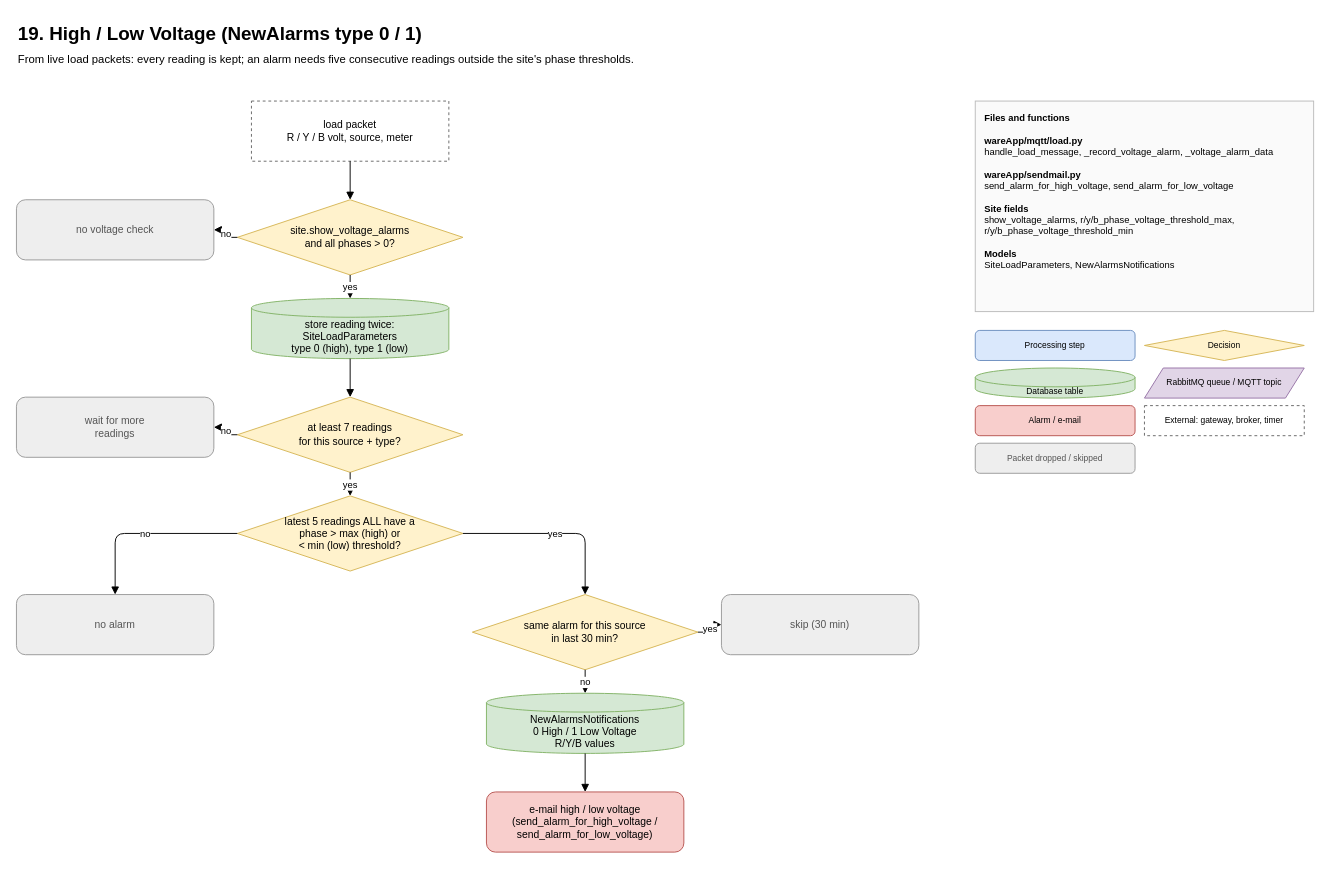
This is docs/mqtt-flows/drawio/19-voltage.drawio from ashutoshdubey-aviconn/AVC-backend, a draw.io file, before an edit. Source tidied: cells renumbered, new cells numbered last; positions are measured from the earlier drawing's top-left corner, leaving out a move shared by most shapes. Both pictures are drawn from the tidied source at 94%, with x=0, y=0 at pixel (16, 16).
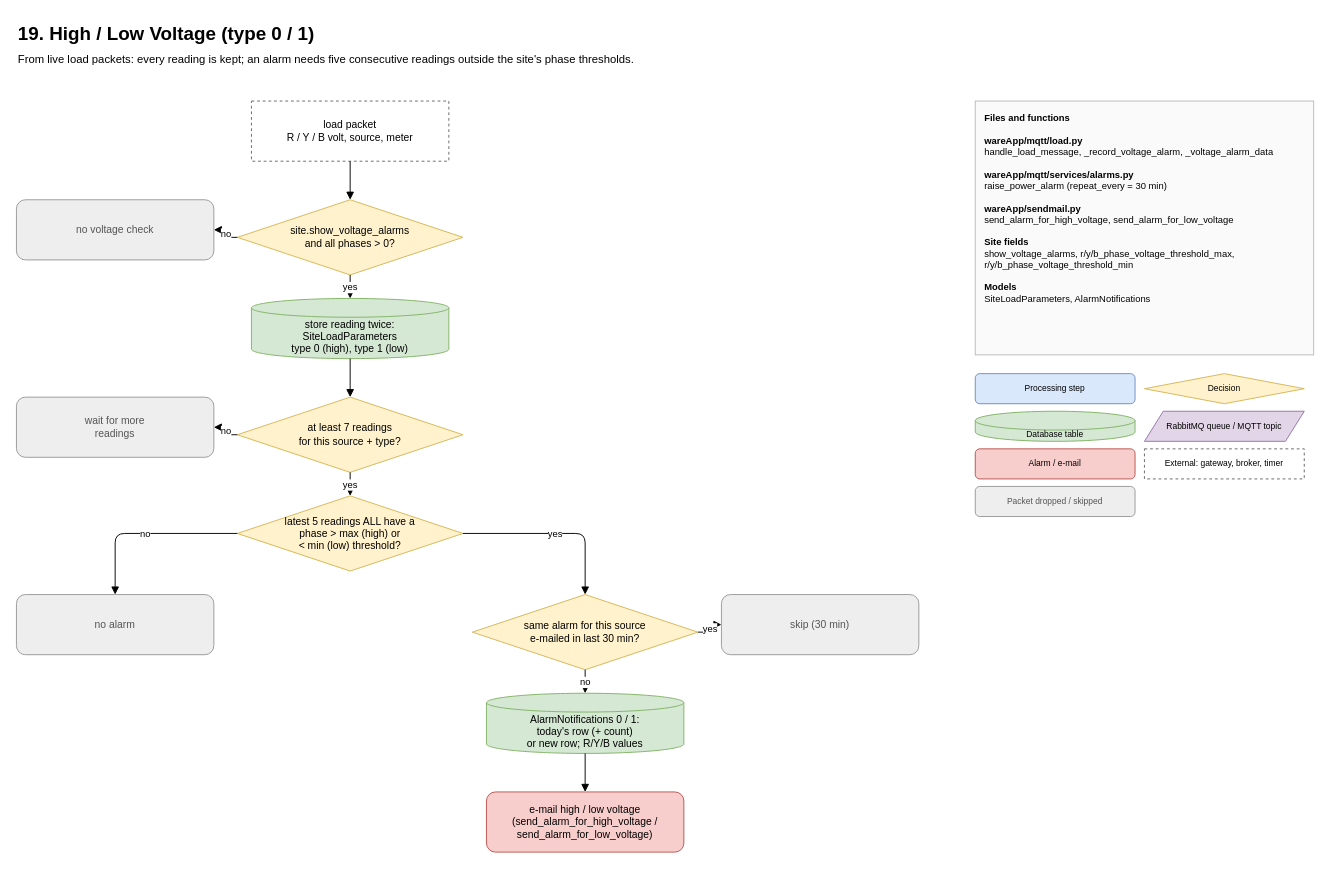
The same page after the edit.

The edit, as a diff of the source:
```diff
@@
-    <mxCell id="2" value="19. High / Low Voltage (NewAlarms type 0 / 1)" style="text;html=1;fontSize=20;fontStyle=1;align=left;" parent="1" vertex="1">
+    <mxCell id="2" value="19. High / Low Voltage (type 0 / 1)" style="text;html=1;fontSize=20;fontStyle=1;align=left;" parent="1" vertex="1">
       <mxGeometry width="900" height="30" as="geometry" />
     </mxCell>
@@
-    <mxCell id="12" value="same alarm for this source&lt;br&gt;in last 30 min?" style="rhombus;whiteSpace=wrap;html=1;fillColor=#fff2cc;strokeColor=#d6b656;fontSize=11;" parent="1" vertex="1">
+    <mxCell id="12" value="same alarm for this source&lt;br&gt;e-mailed in last 30 min?" style="rhombus;whiteSpace=wrap;html=1;fillColor=#fff2cc;strokeColor=#d6b656;fontSize=11;" parent="1" vertex="1">
       <mxGeometry x="485" y="615" width="240" height="80" as="geometry" />
     </mxCell>
@@
-    <mxCell id="14" value="NewAlarmsNotifications&lt;br&gt;0 High / 1 Low Voltage&lt;br&gt;R/Y/B values" style="shape=cylinder3;whiteSpace=wrap;html=1;boundedLbl=1;size=10;fillColor=#d5e8d4;strokeColor=#82b366;fontSize=11;" parent="1" vertex="1">
+    <mxCell id="14" value="AlarmNotifications 0 / 1:&lt;br&gt;today's row (+ count)&lt;br&gt;or new row; R/Y/B values" style="shape=cylinder3;whiteSpace=wrap;html=1;boundedLbl=1;size=10;fillColor=#d5e8d4;strokeColor=#82b366;fontSize=11;" parent="1" vertex="1">
       <mxGeometry x="500" y="720" width="210" height="64" as="geometry" />
     </mxCell>
@@
-    <mxCell id="27" value="&lt;b&gt;Files and functions&lt;/b&gt;&lt;br&gt;&lt;br&gt;&lt;b&gt;wareApp/mqtt/load.py&lt;/b&gt;&lt;br&gt;handle_load_message, _record_voltage_alarm, _voltage_alarm_data&lt;br&gt;&lt;br&gt;&lt;b&gt;wareApp/sendmail.py&lt;/b&gt;&lt;br&gt;send_alarm_for_high_voltage, send_alarm_for_low_voltage&lt;br&gt;&lt;br&gt;&lt;b&gt;Site fields&lt;/b&gt;&lt;br&gt;show_voltage_alarms, r/y/b_phase_voltage_threshold_max, r/y/b_phase_voltage_threshold_min&lt;br&gt;&lt;br&gt;&lt;b&gt;Models&lt;/b&gt;&lt;br&gt;SiteLoadParameters, NewAlarmsNotifications&lt;br&gt;&lt;br&gt;" style="rounded=0;whiteSpace=wrap;html=1;align=left;verticalAlign=top;spacingLeft=8;spacingTop=6;fillColor=#fafafa;strokeColor=#bbbbbb;fontSize=10;" parent="1" vertex="1">
-      <mxGeometry x="1020" y="90" width="360" height="224" as="geometry" />
+    <mxCell id="27" value="&lt;b&gt;Files and functions&lt;/b&gt;&lt;br&gt;&lt;br&gt;&lt;b&gt;wareApp/mqtt/load.py&lt;/b&gt;&lt;br&gt;handle_load_message, _record_voltage_alarm, _voltage_alarm_data&lt;br&gt;&lt;br&gt;&lt;b&gt;wareApp/mqtt/services/alarms.py&lt;/b&gt;&lt;br&gt;raise_power_alarm (repeat_every = 30 min)&lt;br&gt;&lt;br&gt;&lt;b&gt;wareApp/sendmail.py&lt;/b&gt;&lt;br&gt;send_alarm_for_high_voltage, send_alarm_for_low_voltage&lt;br&gt;&lt;br&gt;&lt;b&gt;Site fields&lt;/b&gt;&lt;br&gt;show_voltage_alarms, r/y/b_phase_voltage_threshold_max, r/y/b_phase_voltage_threshold_min&lt;br&gt;&lt;br&gt;&lt;b&gt;Models&lt;/b&gt;&lt;br&gt;SiteLoadParameters, AlarmNotifications&lt;br&gt;&lt;br&gt;" style="rounded=0;whiteSpace=wrap;html=1;align=left;verticalAlign=top;spacingLeft=8;spacingTop=6;fillColor=#fafafa;strokeColor=#bbbbbb;fontSize=10;" parent="1" vertex="1">
+      <mxGeometry x="1020" y="90" width="360" height="270" as="geometry" />
     </mxCell>
     <mxCell id="28" value="Processing step" style="rounded=1;whiteSpace=wrap;html=1;fillColor=#dae8fc;strokeColor=#6c8ebf;fontSize=9;" parent="1" vertex="1">
-      <mxGeometry x="1020" y="334" width="170" height="32" as="geometry" />
+      <mxGeometry x="1020" y="380" width="170" height="32" as="geometry" />
     </mxCell>
     <mxCell id="29" value="Decision" style="rhombus;whiteSpace=wrap;html=1;fillColor=#fff2cc;strokeColor=#d6b656;fontSize=9;" parent="1" vertex="1">
-      <mxGeometry x="1200" y="334" width="170" height="32" as="geometry" />
+      <mxGeometry x="1200" y="380" width="170" height="32" as="geometry" />
     </mxCell>
     <mxCell id="30" value="Database table" style="shape=cylinder3;whiteSpace=wrap;html=1;boundedLbl=1;size=10;fillColor=#d5e8d4;strokeColor=#82b366;fontSize=9;" parent="1" vertex="1">
-      <mxGeometry x="1020" y="374" width="170" height="32" as="geometry" />
+      <mxGeometry x="1020" y="420" width="170" height="32" as="geometry" />
     </mxCell>
     <mxCell id="31" value="RabbitMQ queue / MQTT topic" style="shape=parallelogram;perimeter=parallelogramPerimeter;whiteSpace=wrap;html=1;fixedSize=1;fillColor=#e1d5e7;strokeColor=#9673a6;fontSize=9;" parent="1" vertex="1">
-      <mxGeometry x="1200" y="374" width="170" height="32" as="geometry" />
+      <mxGeometry x="1200" y="420" width="170" height="32" as="geometry" />
     </mxCell>
     <mxCell id="32" value="Alarm / e-mail" style="rounded=1;whiteSpace=wrap;html=1;fillColor=#f8cecc;strokeColor=#b85450;fontSize=9;" parent="1" vertex="1">
-      <mxGeometry x="1020" y="414" width="170" height="32" as="geometry" />
+      <mxGeometry x="1020" y="460" width="170" height="32" as="geometry" />
     </mxCell>
     <mxCell id="33" value="External: gateway, broker, timer" style="rounded=0;whiteSpace=wrap;html=1;dashed=1;fillColor=#ffffff;strokeColor=#666666;fontSize=9;" parent="1" vertex="1">
-      <mxGeometry x="1200" y="414" width="170" height="32" as="geometry" />
+      <mxGeometry x="1200" y="460" width="170" height="32" as="geometry" />
     </mxCell>
     <mxCell id="34" value="Packet dropped / skipped" style="rounded=1;whiteSpace=wrap;html=1;fillColor=#eeeeee;strokeColor=#999999;fontColor=#555555;fontSize=9;" parent="1" vertex="1">
-      <mxGeometry x="1020" y="454" width="170" height="32" as="geometry" />
+      <mxGeometry x="1020" y="500" width="170" height="32" as="geometry" />
     </mxCell>
```
